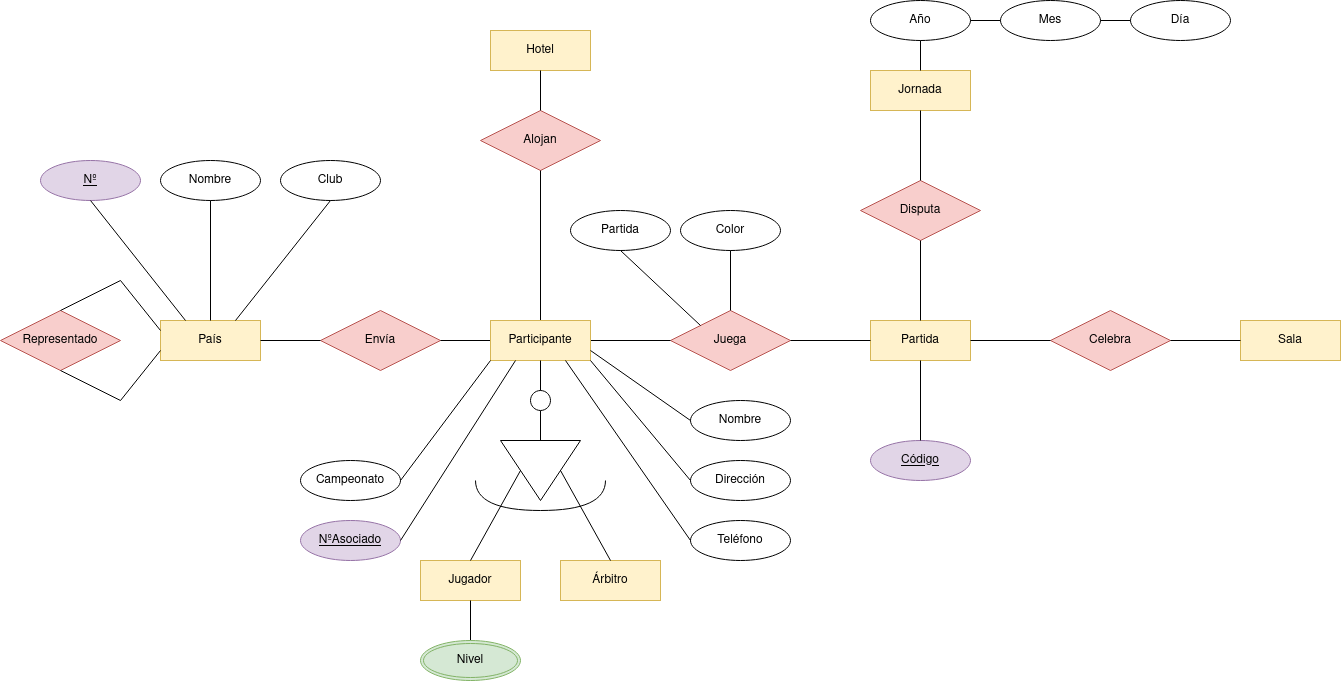
The draw.io diagram TAREAS/Tareas clase/E-R/E-R Campeonato del mundo ajedrez.drawio.png in samugd17/base-datos-bae-, before a commit. Source tidied: cells renumbered, new cells last; positions are measured from the earlier drawing's top-left corner, leaving out a move shared by most shapes.
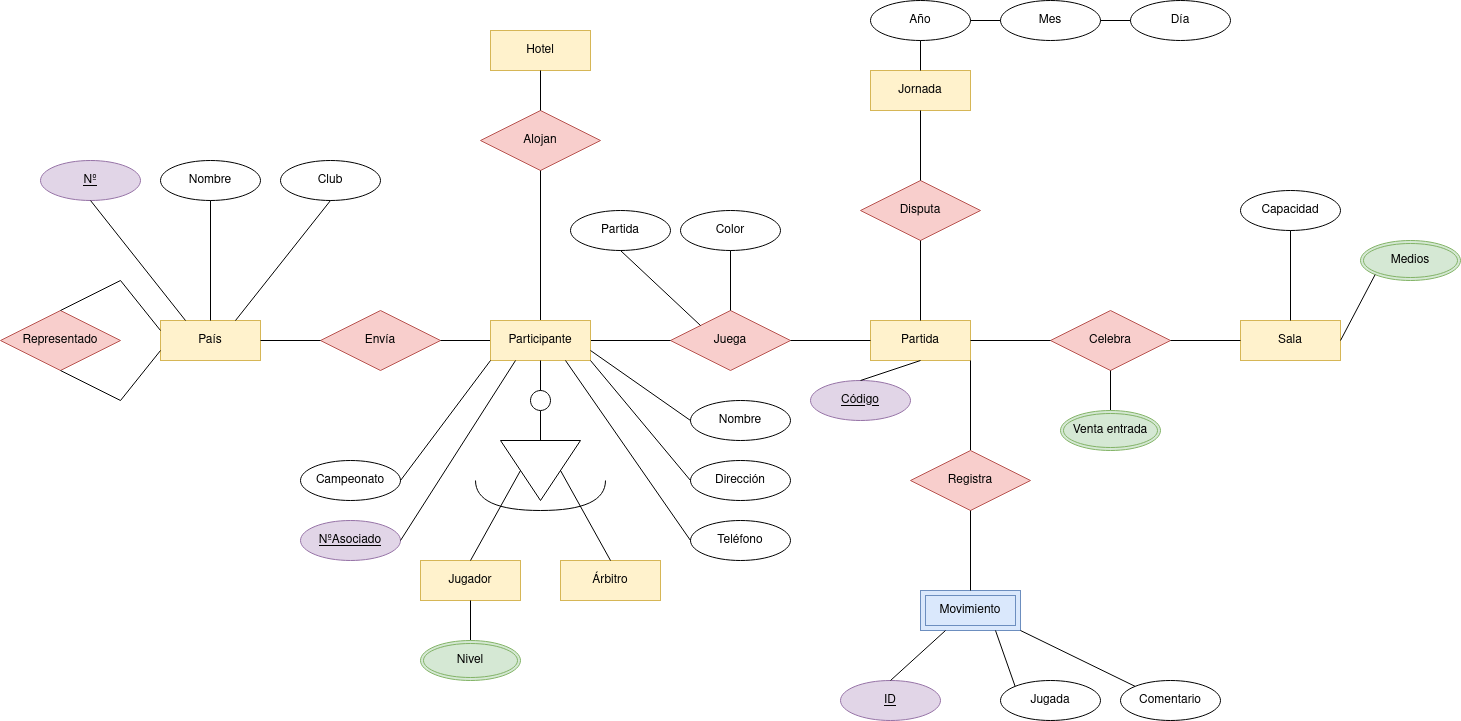
The same diagram one commit later.

Change to the diagram source:
```diff
@@ -161,7 +161,7 @@
       <mxGeometry relative="1" as="geometry" />
     </mxCell>
     <mxCell id="52" value="Código" style="ellipse;whiteSpace=wrap;html=1;align=center;fontStyle=4;fillColor=#e1d5e7;strokeColor=#9673a6;" parent="1" vertex="1">
-      <mxGeometry x="870" y="440" width="100" height="40" as="geometry" />
+      <mxGeometry x="810" y="380" width="100" height="40" as="geometry" />
     </mxCell>
     <mxCell id="53" style="endArrow=none;html=1;rounded=0;exitX=0.5;exitY=0;exitDx=0;exitDy=0;entryX=0.5;entryY=1;entryDx=0;entryDy=0;" parent="1" edge="1" source="52" target="5">
       <mxGeometry relative="1" as="geometry" />
@@ -199,5 +199,53 @@
     <mxCell id="64" value="Nivel" style="ellipse;shape=doubleEllipse;margin=3;whiteSpace=wrap;html=1;align=center;fillColor=#d5e8d4;strokeColor=#82b366;" parent="1" vertex="1">
       <mxGeometry x="420" y="640" width="100" height="40" as="geometry" />
     </mxCell>
+    <mxCell id="65" style="endArrow=none;html=1;rounded=0;entryX=0.5;entryY=1;entryDx=0;entryDy=0;exitX=0.5;exitY=0;exitDx=0;exitDy=0;" parent="1" edge="1" source="66" target="14">
+      <mxGeometry relative="1" as="geometry" />
+    </mxCell>
+    <mxCell id="66" value="Venta entrada" style="ellipse;shape=doubleEllipse;margin=3;whiteSpace=wrap;html=1;align=center;fillColor=#d5e8d4;strokeColor=#82b366;" parent="1" vertex="1">
+      <mxGeometry x="1060" y="410" width="100" height="40" as="geometry" />
+    </mxCell>
+    <mxCell id="67" value="Medios" style="ellipse;shape=doubleEllipse;margin=3;whiteSpace=wrap;html=1;align=center;fillColor=#d5e8d4;strokeColor=#82b366;" parent="1" vertex="1">
+      <mxGeometry x="1360" y="240" width="100" height="40" as="geometry" />
+    </mxCell>
+    <mxCell id="68" value="Capacidad" style="ellipse;whiteSpace=wrap;html=1;align=center;" parent="1" vertex="1">
+      <mxGeometry x="1240" y="190" width="100" height="40" as="geometry" />
+    </mxCell>
+    <mxCell id="69" style="endArrow=none;html=1;rounded=0;entryX=0.5;entryY=1;entryDx=0;entryDy=0;exitX=0.5;exitY=0;exitDx=0;exitDy=0;" parent="1" edge="1" source="7" target="68">
+      <mxGeometry relative="1" as="geometry" />
+    </mxCell>
+    <mxCell id="70" style="endArrow=none;html=1;rounded=0;entryX=0;entryY=1;entryDx=0;entryDy=0;exitX=1;exitY=0.5;exitDx=0;exitDy=0;" parent="1" edge="1" source="7" target="67">
+      <mxGeometry relative="1" as="geometry" />
+    </mxCell>
+    <mxCell id="71" style="endArrow=none;html=1;rounded=0;exitX=0.5;exitY=0;exitDx=0;exitDy=0;entryX=1;entryY=1;entryDx=0;entryDy=0;" parent="1" edge="1" source="72" target="5">
+      <mxGeometry relative="1" as="geometry" />
+    </mxCell>
+    <mxCell id="72" value="Registra" style="shape=rhombus;perimeter=rhombusPerimeter;whiteSpace=wrap;html=1;align=center;fillColor=#f8cecc;strokeColor=#b85450;" parent="1" vertex="1">
+      <mxGeometry x="910" y="450" width="120" height="60" as="geometry" />
+    </mxCell>
+    <mxCell id="73" value="Movimiento" style="shape=ext;margin=3;double=1;whiteSpace=wrap;html=1;align=center;fillColor=#dae8fc;strokeColor=#6c8ebf;" parent="1" vertex="1">
+      <mxGeometry x="920" y="590" width="100" height="40" as="geometry" />
+    </mxCell>
+    <mxCell id="74" style="endArrow=none;html=1;rounded=0;exitX=0.5;exitY=0;exitDx=0;exitDy=0;entryX=0.5;entryY=1;entryDx=0;entryDy=0;" parent="1" edge="1" source="73" target="72">
+      <mxGeometry relative="1" as="geometry" />
+    </mxCell>
+    <mxCell id="75" value="ID" style="ellipse;whiteSpace=wrap;html=1;align=center;fontStyle=4;fillColor=#e1d5e7;strokeColor=#9673a6;" parent="1" vertex="1">
+      <mxGeometry x="840" y="680" width="100" height="40" as="geometry" />
+    </mxCell>
+    <mxCell id="76" style="endArrow=none;html=1;rounded=0;entryX=0.5;entryY=0;entryDx=0;entryDy=0;exitX=0.25;exitY=1;exitDx=0;exitDy=0;" parent="1" edge="1" source="73" target="75">
+      <mxGeometry relative="1" as="geometry" />
+    </mxCell>
+    <mxCell id="77" value="Jugada" style="ellipse;whiteSpace=wrap;html=1;align=center;" parent="1" vertex="1">
+      <mxGeometry x="1000" y="680" width="100" height="40" as="geometry" />
+    </mxCell>
+    <mxCell id="78" value="Comentario" style="ellipse;whiteSpace=wrap;html=1;align=center;" parent="1" vertex="1">
+      <mxGeometry x="1120" y="680" width="100" height="40" as="geometry" />
+    </mxCell>
+    <mxCell id="79" style="endArrow=none;html=1;rounded=0;entryX=0;entryY=0;entryDx=0;entryDy=0;exitX=0.75;exitY=1;exitDx=0;exitDy=0;" parent="1" edge="1" source="73" target="77">
+      <mxGeometry relative="1" as="geometry" />
+    </mxCell>
+    <mxCell id="80" style="endArrow=none;html=1;rounded=0;entryX=0;entryY=0;entryDx=0;entryDy=0;exitX=1;exitY=1;exitDx=0;exitDy=0;" parent="1" edge="1" source="73" target="78">
+      <mxGeometry relative="1" as="geometry" />
+    </mxCell>
   </root>
 </mxGraphModel>
```
